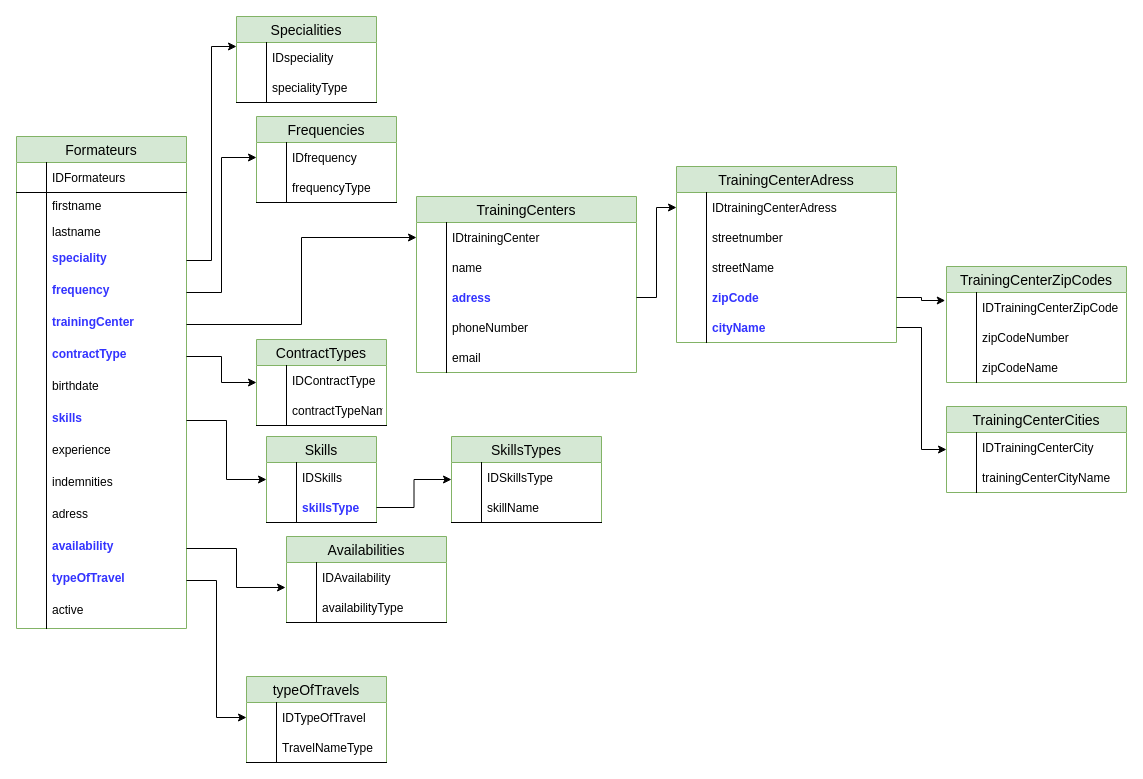
Above: page "Page-1" (1 of 2) of base_de_donnees/Introduction SQL.drawio in laurentbedu/Travail (draw.io), before the change. Source tidied: cells renumbered, new cells numbered last; positions are measured from the earlier drawing's top-left corner, leaving out a move shared by most shapes. Both pictures are drawn from the tidied source at 100%, with x=0, y=0 at pixel (16, 16).
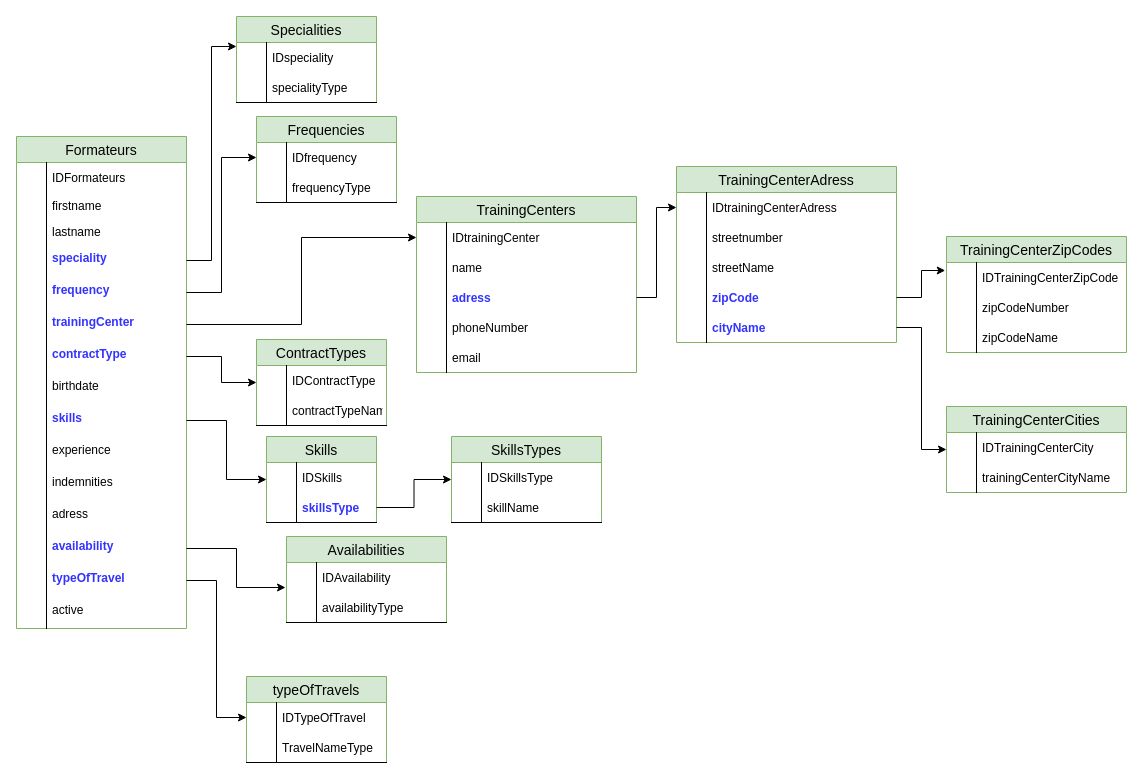
The same diagram, later.

Unchanged cells that the change refers to:
```xml
<mxCell id="2" value="Formateurs" style="swimlane;fontStyle=0;horizontal=1;startSize=26;fillColor=#d5e8d4;swimlaneFillColor=#ffffff;align=center;fontSize=14;strokeColor=#82b366;" parent="1" vertex="1">
  <mxGeometry y="120" width="170" height="492" as="geometry" />
</mxCell>
```

Change to the diagram source:
```diff
@@
-    <mxCell id="3" value="IDFormateurs" style="shape=partialRectangle;top=0;left=0;right=0;bottom=1;align=left;verticalAlign=middle;fillColor=none;spacingLeft=34;spacingRight=4;overflow=hidden;fontStyle=0;fontSize=12;strokeColor=#000000;" parent="2" vertex="1">
+    <mxCell id="3" value="IDFormateurs" style="shape=partialRectangle;top=0;left=0;right=0;bottom=1;align=left;verticalAlign=middle;fillColor=none;spacingLeft=34;spacingRight=4;overflow=hidden;fontStyle=0;fontSize=12;strokeColor=none;" parent="2" vertex="1">
       <mxGeometry y="26" width="170" height="30" as="geometry" />
     </mxCell>
@@
-    <mxCell id="5" value="firstname" style="shape=partialRectangle;top=0;left=0;right=0;bottom=0;align=left;verticalAlign=top;fillColor=none;spacingLeft=34;spacingRight=4;overflow=hidden;fontSize=12;" parent="2" vertex="1">
+    <mxCell id="5" value="firstname" style="shape=partialRectangle;top=0;left=0;right=0;bottom=0;align=left;verticalAlign=top;fillColor=none;spacingLeft=34;spacingRight=4;overflow=hidden;fontSize=12;strokeColor=none;" parent="2" vertex="1">
       <mxGeometry y="56" width="170" height="26" as="geometry" />
     </mxCell>
@@
     <mxCell id="90" value="TrainingCenterZipCodes" style="swimlane;fontStyle=0;horizontal=1;startSize=26;fillColor=#d5e8d4;swimlaneFillColor=#ffffff;align=center;fontSize=14;strokeColor=#82b366;" parent="1" vertex="1">
-      <mxGeometry x="930" y="250" width="180" height="116" as="geometry" />
+      <mxGeometry x="930" y="220" width="180" height="116" as="geometry" />
     </mxCell>
```
